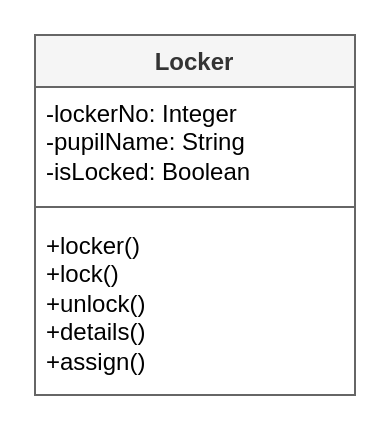
Above: page "class" (2 of 3) of ah-cs/sdd/AH-SDD-Lockers/assets/diagrams/AH-SDD-Lockers.drawio in MrFriendCS/MrFriendCS.github.io (draw.io), before the change. Source tidied: cells renumbered, new cells numbered last; positions are measured from the earlier drawing's top-left corner, leaving out a move shared by most shapes. Both pictures are drawn from the tidied source at 200%, with x=0, y=0 at pixel (34, 34).
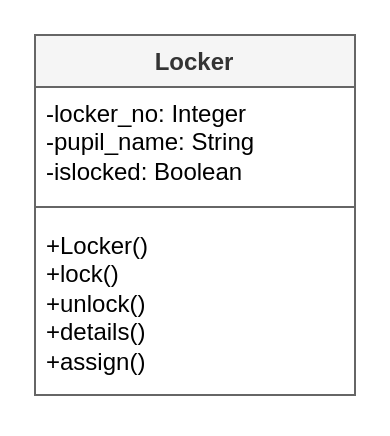
The same diagram, later.

What changed in the source:
```diff
@@
 <mxGraphModel>
   <root>
     <mxCell id="0" />
     <mxCell id="1" parent="0" />
     <mxCell id="2" value="Locker" style="swimlane;fontStyle=1;align=center;verticalAlign=top;horizontal=1;startSize=26;whiteSpace=wrap;html=1;fillColor=#f5f5f5;fontColor=#333333;strokeColor=#666666;" parent="1" vertex="1">
       <mxGeometry width="160" height="180" as="geometry" />
     </mxCell>
-    <mxCell id="3" value="-lockerNo: Integer&lt;div&gt;-pupilName: String&lt;br&gt;&lt;div&gt;-isLocked: Boolean&lt;/div&gt;&lt;/div&gt;" style="text;strokeColor=none;fillColor=none;align=left;verticalAlign=top;spacingLeft=4;spacingRight=4;overflow=hidden;whiteSpace=wrap;html=1;" parent="2" vertex="1">
+    <mxCell id="3" value="-locker_no: Integer&lt;div&gt;-pupil_name: String&lt;br&gt;&lt;div&gt;-islocked: Boolean&lt;/div&gt;&lt;/div&gt;" style="text;strokeColor=none;fillColor=none;align=left;verticalAlign=top;spacingLeft=4;spacingRight=4;overflow=hidden;whiteSpace=wrap;html=1;" parent="2" vertex="1">
       <mxGeometry y="26" width="160" height="54" as="geometry" />
     </mxCell>
     <mxCell id="4" style="line;strokeWidth=1;fillColor=none;align=left;verticalAlign=middle;spacingTop=-1;spacingLeft=3;spacingRight=3;labelPosition=right;strokeColor=inherit;" parent="2" vertex="1">
       <mxGeometry y="80" width="160" height="12" as="geometry" />
     </mxCell>
-    <mxCell id="5" value="+locker()&lt;div&gt;+lock()&lt;/div&gt;&lt;div&gt;+unlock()&lt;/div&gt;&lt;div&gt;+details()&lt;br&gt;&lt;/div&gt;&lt;div&gt;+assign()&lt;/div&gt;" style="text;strokeColor=none;fillColor=none;align=left;verticalAlign=top;spacingLeft=4;spacingRight=4;overflow=hidden;whiteSpace=wrap;html=1;" parent="2" vertex="1">
+    <mxCell id="5" value="+Locker()&lt;div&gt;+lock()&lt;/div&gt;&lt;div&gt;+unlock()&lt;/div&gt;&lt;div&gt;+details()&lt;br&gt;&lt;/div&gt;&lt;div&gt;+assign()&lt;/div&gt;" style="text;strokeColor=none;fillColor=none;align=left;verticalAlign=top;spacingLeft=4;spacingRight=4;overflow=hidden;whiteSpace=wrap;html=1;" parent="2" vertex="1">
       <mxGeometry y="92" width="160" height="88" as="geometry" />
     </mxCell>
   </root>
 </mxGraphModel>
```
